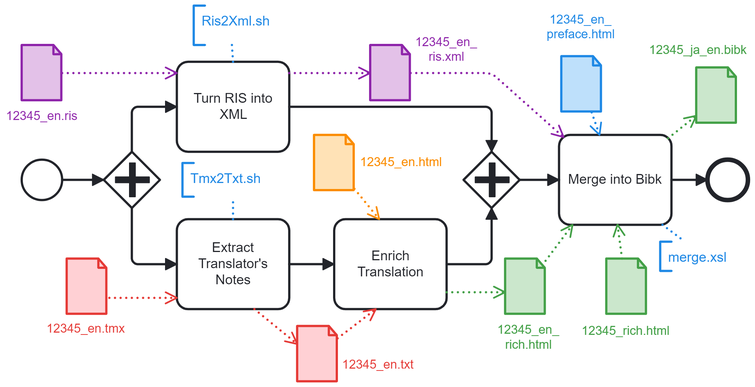
The BPMN diagram 4-Merge.png in japotrad/blue-sora, before a commit. Its source is kept beside it as 4-Merge.bpmn. Ids are renumbered.
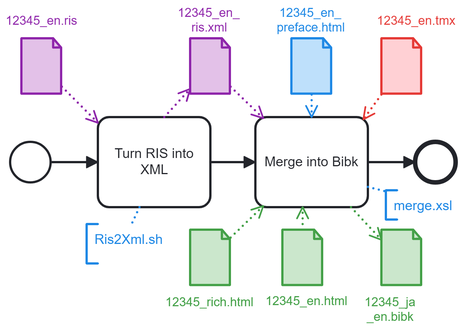
Later version of the same file.

The edit, as a diff of the source:
```diff
@@ -2,73 +2,26 @@
   <bpmn:process id="buildDbk" name="buildDbk" isExecutable="true">
     <bpmn:dataObjectReference id="DataObjectReference_n2" name="12345_en_&#10;preface.html" dataObjectRef="DataObject_n3" />
     <bpmn:dataObjectReference id="DataObjectReference_n4" name="12345_en_&#10;ris.xml" dataObjectRef="DataObject_n5" />
-    <bpmn:dataObjectReference id="DataObjectReference_n6" name="12345_en_ rich.html" dataObjectRef="DataObject_n7" />
-    <bpmn:dataObjectReference id="DataObjectReference_n8" name="12345_en.html" dataObjectRef="DataObject_n9" />
+    <bpmn:dataObjectReference id="DataObjectReference_n6" name="12345_en.html" dataObjectRef="DataObject_n7" />
     <bpmn:dataObjectReference id="DataObjectReference_n10" name="12345_en.ris" dataObjectRef="DataObject_n11" />
     <bpmn:dataObjectReference id="DataObjectReference_n12" name="12345_en.tmx" dataObjectRef="DataObject_n13" />
-    <bpmn:dataObjectReference id="DataObjectReference_n14" name="12345_en.txt" dataObjectRef="DataObject_n15" />
-    <bpmn:dataObjectReference id="DataObjectReference_n16" name="12345_ja_en.bibk" dataObjectRef="DataObject_n17" />
+    <bpmn:dataObjectReference id="DataObjectReference_n16" name="12345_ja&#10;_en.bibk" dataObjectRef="DataObject_n17" />
     <bpmn:dataObjectReference id="DataObjectReference_n18" name="12345_rich.html" dataObjectRef="DataObject_n19" />
-    <bpmn:dataObject id="DataObject_n9" />
     <bpmn:dataObject id="DataObject_n19" />
     <bpmn:dataObject id="DataObject_n13" />
     <bpmn:dataObject id="DataObject_n17" />
-    <bpmn:dataObject id="DataObject_n15" />
     <bpmn:dataObject id="DataObject_n7" />
     <bpmn:dataObject id="DataObject_n5" />
     <bpmn:dataObject id="DataObject_n3" />
     <bpmn:dataObject id="DataObject_n11" />
-    <bpmn:task id="Activity_n20" name="Enrich Translation">
-      <bpmn:incoming>Flow_n21</bpmn:incoming>
-      <bpmn:outgoing>Flow_n22</bpmn:outgoing>
-      <bpmn:property id="Property_n23" name="__targetRef_placeholder" />
-      <bpmn:dataInputAssociation id="DataInputAssociation_n24">
-        <bpmn:sourceRef>DataObjectReference_n8</bpmn:sourceRef>
-        <bpmn:targetRef>Property_n23</bpmn:targetRef>
-      </bpmn:dataInputAssociation>
-      <bpmn:dataInputAssociation id="DataInputAssociation_n25">
-        <bpmn:sourceRef>DataObjectReference_n14</bpmn:sourceRef>
-        <bpmn:targetRef>Property_n23</bpmn:targetRef>
-      </bpmn:dataInputAssociation>
-      <bpmn:dataOutputAssociation id="DataOutputAssociation_n26">
-        <bpmn:targetRef>DataObjectReference_n6</bpmn:targetRef>
-      </bpmn:dataOutputAssociation>
-    </bpmn:task>
     <bpmn:endEvent id="Event_n27">
       <bpmn:incoming>Flow_n28</bpmn:incoming>
     </bpmn:endEvent>
-    <bpmn:task id="Activity_n29" name="Extract Translator&#39;s&#10;Notes">
-      <bpmn:incoming>Flow_n30</bpmn:incoming>
-      <bpmn:outgoing>Flow_n21</bpmn:outgoing>
-      <bpmn:property id="Property_n31" name="__targetRef_placeholder" />
-      <bpmn:dataInputAssociation id="DataInputAssociation_n32">
-        <bpmn:sourceRef>DataObjectReference_n12</bpmn:sourceRef>
-        <bpmn:targetRef>Property_n31</bpmn:targetRef>
-      </bpmn:dataInputAssociation>
-      <bpmn:dataOutputAssociation id="DataOutputAssociation_n33">
-        <bpmn:targetRef>DataObjectReference_n14</bpmn:targetRef>
-      </bpmn:dataOutputAssociation>
-    </bpmn:task>
-    <bpmn:sequenceFlow id="Flow_n34" sourceRef="Gateway_n35" targetRef="Activity_n36" />
-    <bpmn:sequenceFlow id="Flow_n22" sourceRef="Activity_n20" targetRef="Gateway_n35" />
     <bpmn:sequenceFlow id="Flow_n28" sourceRef="Activity_n36" targetRef="Event_n27" />
-    <bpmn:sequenceFlow id="Flow_n37" sourceRef="Gateway_n38" targetRef="Activity_n39" />
-    <bpmn:sequenceFlow id="Flow_n40" sourceRef="Activity_n39" targetRef="Gateway_n35" />
-    <bpmn:sequenceFlow id="Flow_n41" sourceRef="StartEvent_1" targetRef="Gateway_n38" />
-    <bpmn:sequenceFlow id="Flow_n21" sourceRef="Activity_n29" targetRef="Activity_n20" />
-    <bpmn:sequenceFlow id="Flow_n30" sourceRef="Gateway_n38" targetRef="Activity_n29" />
-    <bpmn:parallelGateway id="Gateway_n35">
+    <bpmn:sequenceFlow id="Flow_n40" sourceRef="Activity_n39" targetRef="Activity_n36" />
+    <bpmn:sequenceFlow id="Flow_n41" sourceRef="StartEvent_1" targetRef="Activity_n39" />
+    <bpmn:task id="Activity_n36" name="Merge into Bibk">
       <bpmn:incoming>Flow_n40</bpmn:incoming>
-      <bpmn:incoming>Flow_n22</bpmn:incoming>
-      <bpmn:outgoing>Flow_n34</bpmn:outgoing>
-    </bpmn:parallelGateway>
-    <bpmn:parallelGateway id="Gateway_n38">
-      <bpmn:incoming>Flow_n41</bpmn:incoming>
-      <bpmn:outgoing>Flow_n37</bpmn:outgoing>
-      <bpmn:outgoing>Flow_n30</bpmn:outgoing>
-    </bpmn:parallelGateway>
-    <bpmn:task id="Activity_n36" name="Merge into Bibk">
-      <bpmn:incoming>Flow_n34</bpmn:incoming>
       <bpmn:outgoing>Flow_n28</bpmn:outgoing>
       <bpmn:property id="Property_n42" name="__targetRef_placeholder" />
       <bpmn:dataInputAssociation id="DataInputAssociation_n43">
@@ -87,6 +40,10 @@
         <bpmn:sourceRef>DataObjectReference_n6</bpmn:sourceRef>
         <bpmn:targetRef>Property_n42</bpmn:targetRef>
       </bpmn:dataInputAssociation>
+      <bpmn:dataInputAssociation id="DataInputAssociation_n61">
+        <bpmn:sourceRef>DataObjectReference_n12</bpmn:sourceRef>
+        <bpmn:targetRef>Property_n42</bpmn:targetRef>
+      </bpmn:dataInputAssociation>
       <bpmn:dataOutputAssociation id="DataOutputAssociation_n47">
         <bpmn:targetRef>DataObjectReference_n16</bpmn:targetRef>
       </bpmn:dataOutputAssociation>
@@ -95,7 +52,7 @@
       <bpmn:outgoing>Flow_n41</bpmn:outgoing>
     </bpmn:startEvent>
     <bpmn:task id="Activity_n39" name="Turn RIS into XML">
-      <bpmn:incoming>Flow_n37</bpmn:incoming>
+      <bpmn:incoming>Flow_n41</bpmn:incoming>
       <bpmn:outgoing>Flow_n40</bpmn:outgoing>
       <bpmn:property id="Property_n48" name="__targetRef_placeholder" />
       <bpmn:dataInputAssociation id="DataInputAssociation_n49">
@@ -113,203 +70,124 @@
     <bpmn:textAnnotation id="TextAnnotation_n53">
       <bpmn:text>merge.xsl</bpmn:text>
     </bpmn:textAnnotation>
-    <bpmn:textAnnotation id="TextAnnotation_n54">
-      <bpmn:text>Tmx2Txt.sh</bpmn:text>
-    </bpmn:textAnnotation>
     <bpmn:association id="Association_n55" sourceRef="Activity_n39" targetRef="TextAnnotation_n51" />
-    <bpmn:association id="Association_n56" associationDirection="None" sourceRef="Activity_n29" targetRef="TextAnnotation_n54" />
   </bpmn:process>
   <bpmndi:BPMNDiagram id="BPMNDiagram_1">
     <bpmndi:BPMNPlane id="BPMNPlane_1" bpmnElement="buildDbk">
-      <bpmndi:BPMNShape id="_BPMNShape_StartEvent_2" bpmnElement="StartEvent_1">
-        <dc:Bounds x="172" y="217" width="36" height="36" />
+      <bpmndi:BPMNShape id="Activity_n36_di" bpmnElement="Activity_n36">
+        <dc:Bounds x="400" y="195" width="100" height="80" />
+        <bpmndi:BPMNLabel />
       </bpmndi:BPMNShape>
-      <bpmndi:BPMNShape id="DataObjectReference_n10_di" bpmnElement="DataObjectReference_n10" bioc:stroke="#8e24aa" bioc:fill="#e1bee7" color:background-color="#e1bee7" color:border-color="#8e24aa">
-        <dc:Bounds x="172" y="115" width="36" height="50" />
+      <bpmndi:BPMNShape id="DataObjectReference_n4_di" bpmnElement="DataObjectReference_n4" bioc:stroke="#8e24aa" bioc:fill="#e1bee7" color:background-color="#e1bee7" color:border-color="#8e24aa">
+        <dc:Bounds x="342" y="125" width="36" height="50" />
         <bpmndi:BPMNLabel color:color="#8e24aa">
-          <dc:Bounds x="158" y="172" width="65" height="14" />
+          <dc:Bounds x="331" y="96" width="57" height="27" />
         </bpmndi:BPMNLabel>
       </bpmndi:BPMNShape>
-      <bpmndi:BPMNShape id="DataObjectReference_n4_di" bpmnElement="DataObjectReference_n4" bioc:stroke="#8e24aa" bioc:fill="#e1bee7" color:background-color="#e1bee7" color:border-color="#8e24aa">
-        <dc:Bounds x="482" y="115" width="36" height="50" />
-        <bpmndi:BPMNLabel color:color="#8e24aa">
-          <dc:Bounds x="522" y="106" width="56" height="27" />
-        </bpmndi:BPMNLabel>
-      </bpmndi:BPMNShape>
-      <bpmndi:BPMNShape id="Activity_n29_di" bpmnElement="Activity_n29">
-        <dc:Bounds x="310" y="270" width="100" height="80" />
-        <bpmndi:BPMNLabel />
-      </bpmndi:BPMNShape>
-      <bpmndi:BPMNShape id="Activity_n39_di" bpmnElement="Activity_n39">
-        <dc:Bounds x="310" y="130" width="100" height="80" />
-        <bpmndi:BPMNLabel />
-      </bpmndi:BPMNShape>
       <bpmndi:BPMNShape id="BPMNShape_n57" bpmnElement="DataObjectReference_n12" bioc:stroke="#e53935" bioc:fill="#ffcdd2" color:background-color="#ffcdd2" color:border-color="#e53935">
-        <dc:Bounds x="212" y="305" width="36" height="50" />
+        <dc:Bounds x="512" y="125" width="36" height="50" />
         <bpmndi:BPMNLabel>
-          <dc:Bounds x="194" y="361" width="71" height="14" />
-        </bpmndi:BPMNLabel>
-      </bpmndi:BPMNShape>
-      <bpmndi:BPMNShape id="Gateway_n38_di" bpmnElement="Gateway_n38">
-        <dc:Bounds x="245" y="210" width="50" height="50" />
-      </bpmndi:BPMNShape>
-      <bpmndi:BPMNShape id="BPMNShape_n58" bpmnElement="DataObjectReference_n14" bioc:stroke="#e53935" bioc:fill="#ffcdd2" color:background-color="#ffcdd2" color:border-color="#e53935">
-        <dc:Bounds x="417" y="365" width="36" height="50" />
-        <bpmndi:BPMNLabel color:color="#e53935">
-          <dc:Bounds x="457" y="393" width="65" height="14" />
-        </bpmndi:BPMNLabel>
-      </bpmndi:BPMNShape>
-      <bpmndi:BPMNShape id="Activity_n20_di" bpmnElement="Activity_n20">
-        <dc:Bounds x="450" y="270" width="100" height="80" />
-        <bpmndi:BPMNLabel />
-      </bpmndi:BPMNShape>
-      <bpmndi:BPMNShape id="Gateway_n35_di" bpmnElement="Gateway_n35">
-        <dc:Bounds x="565" y="210" width="50" height="50" />
-      </bpmndi:BPMNShape>
-      <bpmndi:BPMNShape id="Activity_n36_di" bpmnElement="Activity_n36">
-        <dc:Bounds x="650" y="195" width="100" height="80" />
-        <bpmndi:BPMNLabel />
-      </bpmndi:BPMNShape>
-      <bpmndi:BPMNShape id="Event_n27_di" bpmnElement="Event_n27">
-        <dc:Bounds x="782" y="217" width="36" height="36" />
-      </bpmndi:BPMNShape>
-      <bpmndi:BPMNShape id="BPMNShape_n59" bpmnElement="DataObjectReference_n16" bioc:stroke="#43a047" bioc:fill="#c8e6c9" color:background-color="#c8e6c9" color:border-color="#43a047">
-        <dc:Bounds x="772" y="135" width="36" height="50" />
-        <bpmndi:BPMNLabel color:color="#43a047">
-          <dc:Bounds x="730" y="113" width="88" height="14" />
+          <dc:Bounds x="508" y="103" width="71" height="14" />
         </bpmndi:BPMNLabel>
       </bpmndi:BPMNShape>
       <bpmndi:BPMNShape id="DataObjectReference_n2_di" bpmnElement="DataObjectReference_n2" bioc:stroke="#1e88e5" bioc:fill="#bbdefb" color:background-color="#bbdefb" color:border-color="#1e88e5">
-        <dc:Bounds x="652" y="125" width="36" height="50" />
+        <dc:Bounds x="432" y="125" width="36" height="50" />
         <bpmndi:BPMNLabel color:color="#1e88e5">
-          <dc:Bounds x="639" y="86" width="61" height="27" />
+          <dc:Bounds x="419" y="96" width="61" height="27" />
         </bpmndi:BPMNLabel>
       </bpmndi:BPMNShape>
-      <bpmndi:BPMNShape id="DataObjectReference_n8_di" bpmnElement="DataObjectReference_n8" bioc:stroke="#fb8c00" bioc:fill="#ffe0b2" color:background-color="#ffe0b2" color:border-color="#fb8c00">
-        <dc:Bounds x="432" y="195" width="36" height="50" />
-        <bpmndi:BPMNLabel>
-          <dc:Bounds x="473" y="213" width="73" height="14" />
+      <bpmndi:BPMNShape id="BPMNShape_n59" bpmnElement="DataObjectReference_n16" bioc:stroke="#43a047" bioc:fill="#c8e6c9" color:background-color="#c8e6c9" color:border-color="#43a047">
+        <dc:Bounds x="512" y="295" width="36" height="50" />
+        <bpmndi:BPMNLabel color:color="#43a047">
+          <dc:Bounds x="497" y="353" width="46" height="27" />
+        </bpmndi:BPMNLabel>
+      </bpmndi:BPMNShape>
+      <bpmndi:BPMNShape id="BPMNShape_n60" bpmnElement="DataObjectReference_n6" bioc:stroke="#43a047" bioc:fill="#c8e6c9" color:background-color="#c8e6c9" color:border-color="#43a047">
+        <dc:Bounds x="424" y="295" width="36" height="50" />
+        <bpmndi:BPMNLabel color:color="#43a047">
+          <dc:Bounds x="409" y="352" width="74" height="14" />
         </bpmndi:BPMNLabel>
       </bpmndi:BPMNShape>
       <bpmndi:BPMNShape id="DataObjectReference_n18_di" bpmnElement="DataObjectReference_n18" bioc:stroke="#43a047" bioc:fill="#c8e6c9" color:background-color="#c8e6c9" color:border-color="#43a047">
-        <dc:Bounds x="692" y="305" width="36" height="50" />
+        <dc:Bounds x="342" y="295" width="36" height="50" />
         <bpmndi:BPMNLabel>
-          <dc:Bounds x="670" y="363" width="79" height="14" />
+          <dc:Bounds x="320" y="353" width="79" height="14" />
         </bpmndi:BPMNLabel>
       </bpmndi:BPMNShape>
-      <bpmndi:BPMNShape id="BPMNShape_n60" bpmnElement="DataObjectReference_n6" bioc:stroke="#43a047" bioc:fill="#c8e6c9" color:background-color="#c8e6c9" color:border-color="#43a047">
-        <dc:Bounds x="602" y="305" width="36" height="50" />
-        <bpmndi:BPMNLabel color:color="#43a047">
-          <dc:Bounds x="595" y="362" width="56" height="27" />
+      <bpmndi:BPMNShape id="DataObjectReference_n10_di" bpmnElement="DataObjectReference_n10" bioc:stroke="#8e24aa" bioc:fill="#e1bee7" color:background-color="#e1bee7" color:border-color="#8e24aa">
+        <dc:Bounds x="192" y="125" width="36" height="50" />
+        <bpmndi:BPMNLabel color:color="#8e24aa">
+          <dc:Bounds x="178" y="103" width="64" height="14" />
         </bpmndi:BPMNLabel>
       </bpmndi:BPMNShape>
-      <bpmndi:BPMNEdge id="Association_n56_di" bpmnElement="Association_n56" bioc:stroke="#1e88e5" color:border-color="#1e88e5">
-        <di:waypoint x="360" y="270" />
-        <di:waypoint x="360" y="250" />
+      <bpmndi:BPMNShape id="Event_n27_di" bpmnElement="Event_n27">
+        <dc:Bounds x="542" y="217" width="36" height="36" />
+      </bpmndi:BPMNShape>
+      <bpmndi:BPMNShape id="Activity_n39_di" bpmnElement="Activity_n39">
+        <dc:Bounds x="260" y="195" width="100" height="80" />
+        <bpmndi:BPMNLabel />
+      </bpmndi:BPMNShape>
+      <bpmndi:BPMNShape id="_BPMNShape_StartEvent_2" bpmnElement="StartEvent_1">
+        <dc:Bounds x="182" y="217" width="36" height="36" />
+      </bpmndi:BPMNShape>
+      <bpmndi:BPMNEdge id="Association_n52_di" bpmnElement="Association_n52" bioc:stroke="#1e88e5" color:border-color="#1e88e5">
+        <di:waypoint x="500" y="257" />
+        <di:waypoint x="516" y="261" />
       </bpmndi:BPMNEdge>
       <bpmndi:BPMNEdge id="Association_n55_di" bpmnElement="Association_n55" bioc:stroke="#1e88e5" color:border-color="#1e88e5">
-        <di:waypoint x="360" y="130" />
-        <di:waypoint x="359" y="115" />
+        <di:waypoint x="297" y="275" />
+        <di:waypoint x="290" y="290" />
       </bpmndi:BPMNEdge>
-      <bpmndi:BPMNEdge id="Association_n52_di" bpmnElement="Association_n52" bioc:stroke="#1e88e5" color:border-color="#1e88e5">
-        <di:waypoint x="742" y="275" />
-        <di:waypoint x="762" y="290" />
+      <bpmndi:BPMNEdge id="Flow_n40_di" bpmnElement="Flow_n40">
+        <di:waypoint x="360" y="235" />
+        <di:waypoint x="400" y="235" />
+      </bpmndi:BPMNEdge>
+      <bpmndi:BPMNEdge id="Flow_n41_di" bpmnElement="Flow_n41">
+        <di:waypoint x="218" y="235" />
+        <di:waypoint x="260" y="235" />
+      </bpmndi:BPMNEdge>
+      <bpmndi:BPMNEdge id="DataInputAssociation_n44_di" bpmnElement="DataInputAssociation_n44" bioc:stroke="#8e24aa" color:border-color="#8e24aa">
+        <di:waypoint x="378" y="168" />
+        <di:waypoint x="407" y="196" />
+      </bpmndi:BPMNEdge>
+      <bpmndi:BPMNEdge id="DataInputAssociation_n49_di" bpmnElement="DataInputAssociation_n49" bioc:stroke="#8e24aa" color:border-color="#8e24aa">
+        <di:waypoint x="228" y="168" />
+        <di:waypoint x="260" y="200" />
+      </bpmndi:BPMNEdge>
+      <bpmndi:BPMNEdge id="DataOutputAssociation_n50_di" bpmnElement="DataOutputAssociation_n50" bioc:stroke="#8e24aa" color:border-color="#8e24aa">
+        <di:waypoint x="319" y="195" />
+        <di:waypoint x="342" y="170" />
       </bpmndi:BPMNEdge>
       <bpmndi:BPMNEdge id="DataInputAssociation_n43_di" bpmnElement="DataInputAssociation_n43" bioc:stroke="#1e88e5" color:border-color="#1e88e5">
-        <di:waypoint x="679" y="175" />
-        <di:waypoint x="686" y="195" />
+        <di:waypoint x="450" y="175" />
+        <di:waypoint x="450" y="195" />
       </bpmndi:BPMNEdge>
-      <bpmndi:BPMNEdge id="DataInputAssociation_n44_di" bpmnElement="DataInputAssociation_n44" bioc:stroke="#8e24aa" color:border-color="#8e24aa">
-        <di:waypoint x="518" y="140" />
-        <di:waypoint x="590" y="140" />
-        <di:waypoint x="654" y="197" />
+      <bpmndi:BPMNEdge id="DataInputAssociation_n46_di" bpmnElement="DataInputAssociation_n46" bioc:stroke="#43a047" color:border-color="#43a047">
+        <di:waypoint x="442" y="295" />
+        <di:waypoint x="442" y="275" />
+      </bpmndi:BPMNEdge>
+      <bpmndi:BPMNEdge id="DataOutputAssociation_n47_di" bpmnElement="DataOutputAssociation_n47" bioc:stroke="#43a047" color:border-color="#43a047">
+        <di:waypoint x="485" y="275" />
+        <di:waypoint x="512" y="304" />
       </bpmndi:BPMNEdge>
       <bpmndi:BPMNEdge id="DataInputAssociation_n45_di" bpmnElement="DataInputAssociation_n45" bioc:stroke="#43a047" color:border-color="#43a047">
-        <di:waypoint x="706" y="305" />
-        <di:waypoint x="702" y="275" />
+        <di:waypoint x="378" y="302" />
+        <di:waypoint x="407" y="274" />
       </bpmndi:BPMNEdge>
-      <bpmndi:BPMNEdge id="DataInputAssociation_n49_di" bpmnElement="DataInputAssociation_n49" bioc:stroke="#8e24aa" color:border-color="#8e24aa">
-        <di:waypoint x="208" y="140" />
-        <di:waypoint x="310" y="140" />
+      <bpmndi:BPMNEdge id="Flow_n28_di" bpmnElement="Flow_n28">
+        <di:waypoint x="500" y="235" />
+        <di:waypoint x="542" y="235" />
       </bpmndi:BPMNEdge>
-      <bpmndi:BPMNEdge id="DataOutputAssociation_n50_di" bpmnElement="DataOutputAssociation_n50" bioc:stroke="#8e24aa" color:border-color="#8e24aa">
-        <di:waypoint x="410" y="140" />
-        <di:waypoint x="482" y="140" />
+      <bpmndi:BPMNEdge id="DataInputAssociation_n61_di" bpmnElement="DataInputAssociation_n61" bioc:stroke="#e53935" color:border-color="#e53935">
+        <di:waypoint x="512" y="175" />
+        <di:waypoint x="496" y="197" />
       </bpmndi:BPMNEdge>
-      <bpmndi:BPMNEdge id="DataInputAssociation_n32_di" bpmnElement="DataInputAssociation_n32" bioc:stroke="#e53935" color:border-color="#e53935">
-        <di:waypoint x="250" y="340" />
-        <di:waypoint x="310" y="340" />
-      </bpmndi:BPMNEdge>
-      <bpmndi:BPMNEdge id="DataOutputAssociation_n33_di" bpmnElement="DataOutputAssociation_n33" bioc:stroke="#e53935" color:border-color="#e53935">
-        <di:waypoint x="379" y="350" />
-        <di:waypoint x="417" y="381" />
-      </bpmndi:BPMNEdge>
-      <bpmndi:BPMNEdge id="Flow_n41_di" bpmnElement="Flow_n41">
-        <di:waypoint x="208" y="235" />
-        <di:waypoint x="245" y="235" />
-      </bpmndi:BPMNEdge>
-      <bpmndi:BPMNEdge id="Flow_n37_di" bpmnElement="Flow_n37">
-        <di:waypoint x="270" y="210" />
-        <di:waypoint x="270" y="170" />
-        <di:waypoint x="310" y="170" />
-      </bpmndi:BPMNEdge>
-      <bpmndi:BPMNEdge id="Flow_n34_di" bpmnElement="Flow_n34">
-        <di:waypoint x="615" y="235" />
-        <di:waypoint x="650" y="235" />
-      </bpmndi:BPMNEdge>
-      <bpmndi:BPMNEdge id="Flow_n30_di" bpmnElement="Flow_n30">
-        <di:waypoint x="270" y="260" />
-        <di:waypoint x="270" y="310" />
-        <di:waypoint x="310" y="310" />
-      </bpmndi:BPMNEdge>
-      <bpmndi:BPMNEdge id="Flow_n40_di" bpmnElement="Flow_n40">
-        <di:waypoint x="410" y="170" />
-        <di:waypoint x="590" y="170" />
-        <di:waypoint x="590" y="210" />
-      </bpmndi:BPMNEdge>
-      <bpmndi:BPMNShape id="TextAnnotation_n54_di" bpmnElement="TextAnnotation_n54" bioc:stroke="#1e88e5" bioc:fill="#bbdefb" color:background-color="#bbdefb" color:border-color="#1e88e5">
-        <dc:Bounds x="315" y="220" width="90" height="30" />
+      <bpmndi:BPMNShape id="TextAnnotation_n53_di" bpmnElement="TextAnnotation_n53" bioc:stroke="#1e88e5" bioc:fill="#bbdefb" color:background-color="#bbdefb" color:border-color="#1e88e5">
+        <dc:Bounds x="516" y="260" width="68" height="26" />
         <bpmndi:BPMNLabel />
       </bpmndi:BPMNShape>
       <bpmndi:BPMNShape id="TextAnnotation_n51_di" bpmnElement="TextAnnotation_n51" bioc:stroke="#1e88e5" bioc:fill="#bbdefb" color:background-color="#bbdefb" color:border-color="#1e88e5">
-        <dc:Bounds x="325" y="80" width="80" height="35" />
-        <bpmndi:BPMNLabel />
-      </bpmndi:BPMNShape>
-      <bpmndi:BPMNEdge id="Flow_n21_di" bpmnElement="Flow_n21">
-        <di:waypoint x="410" y="310" />
-        <di:waypoint x="450" y="310" />
-      </bpmndi:BPMNEdge>
-      <bpmndi:BPMNEdge id="Flow_n22_di" bpmnElement="Flow_n22">
-        <di:waypoint x="550" y="310" />
-        <di:waypoint x="590" y="310" />
-        <di:waypoint x="590" y="260" />
-      </bpmndi:BPMNEdge>
-      <bpmndi:BPMNEdge id="DataOutputAssociation_n47_di" bpmnElement="DataOutputAssociation_n47" bioc:stroke="#43a047" color:border-color="#43a047">
-        <di:waypoint x="747" y="198" />
-        <di:waypoint x="772" y="178" />
-      </bpmndi:BPMNEdge>
-      <bpmndi:BPMNEdge id="DataInputAssociation_n24_di" bpmnElement="DataInputAssociation_n24" bioc:stroke="#fb8c00" color:border-color="#fb8c00">
-        <di:waypoint x="468" y="243" />
-        <di:waypoint x="490" y="270" />
-      </bpmndi:BPMNEdge>
-      <bpmndi:BPMNEdge id="DataOutputAssociation_n26_di" bpmnElement="DataOutputAssociation_n26" bioc:stroke="#43a047" color:border-color="#43a047">
-        <di:waypoint x="550" y="335" />
-        <di:waypoint x="602" y="335" />
-      </bpmndi:BPMNEdge>
-      <bpmndi:BPMNEdge id="Flow_n28_di" bpmnElement="Flow_n28">
-        <di:waypoint x="750" y="235" />
-        <di:waypoint x="782" y="235" />
-      </bpmndi:BPMNEdge>
-      <bpmndi:BPMNEdge id="DataInputAssociation_n46_di" bpmnElement="DataInputAssociation_n46" bioc:stroke="#43a047" color:border-color="#43a047">
-        <di:waypoint x="638" y="307" />
-        <di:waypoint x="662" y="275" />
-      </bpmndi:BPMNEdge>
-      <bpmndi:BPMNEdge id="DataInputAssociation_n25_di" bpmnElement="DataInputAssociation_n25" bioc:stroke="#e53935" color:border-color="#e53935">
-        <di:waypoint x="453" y="376" />
-        <di:waypoint x="487" y="350" />
-      </bpmndi:BPMNEdge>
-      <bpmndi:BPMNShape id="TextAnnotation_n53_di" bpmnElement="TextAnnotation_n53" bioc:stroke="#1e88e5" bioc:fill="#bbdefb" color:background-color="#bbdefb" color:border-color="#1e88e5">
-        <dc:Bounds x="740" y="290" width="68" height="26" />
+        <dc:Bounds x="250" y="290" width="80" height="35" />
         <bpmndi:BPMNLabel />
       </bpmndi:BPMNShape>
     </bpmndi:BPMNPlane>
```
